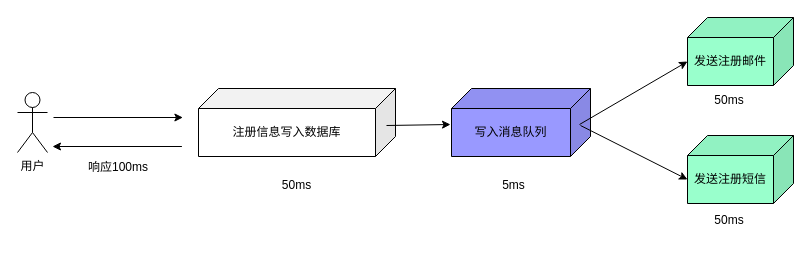
Earlier version of the draw.io diagram page "异步处理MQ" (5 of 6) of MQ.drawio (letengzz/Drawing). Source tidied: cells renumbered, new cells numbered last; positions are measured from the earlier drawing's top-left corner, leaving out a move shared by most shapes. Both pictures are drawn from the tidied source at 100%, with x=0, y=0 at pixel (17, 17).
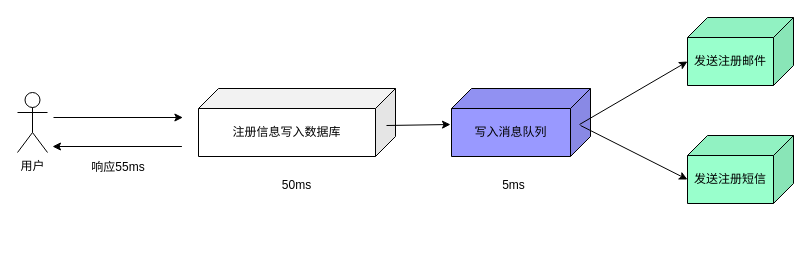
The same diagram, later.

The edit, as a diff of the source:
```diff
@@
-    <mxCell id="6" value="50ms" style="text;html=1;align=center;verticalAlign=middle;whiteSpace=wrap;rounded=0;" parent="1" vertex="1">
-      <mxGeometry x="682" y="68" width="60" height="30" as="geometry" />
-    </mxCell>
-    <mxCell id="7" value="50ms" style="text;html=1;align=center;verticalAlign=middle;whiteSpace=wrap;rounded=0;" parent="1" vertex="1">
-      <mxGeometry x="682" y="188" width="60" height="30" as="geometry" />
-    </mxCell>
@@
-    <mxCell id="12" value="响应100ms" style="text;html=1;align=center;verticalAlign=middle;whiteSpace=wrap;rounded=0;" parent="1" vertex="1">
+    <mxCell id="12" value="响应55ms" style="text;html=1;align=center;verticalAlign=middle;whiteSpace=wrap;rounded=0;" parent="1" vertex="1">
       <mxGeometry x="60" y="135" width="82" height="30" as="geometry" />
     </mxCell>
```
